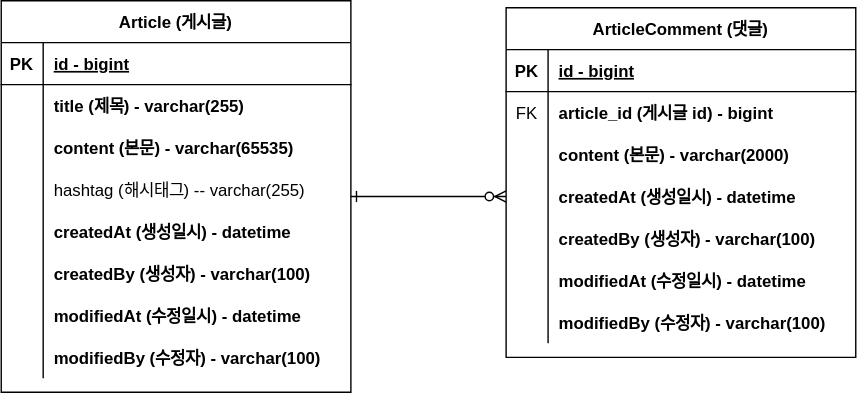
Above: document/project-board-erd.drawio.svg in mansooonuna/fastcampus-project1-board (draw.io), before the change. Source tidied: cells renumbered, new cells last; positions are measured from the earlier drawing's top-left corner, leaving out a move shared by most shapes.
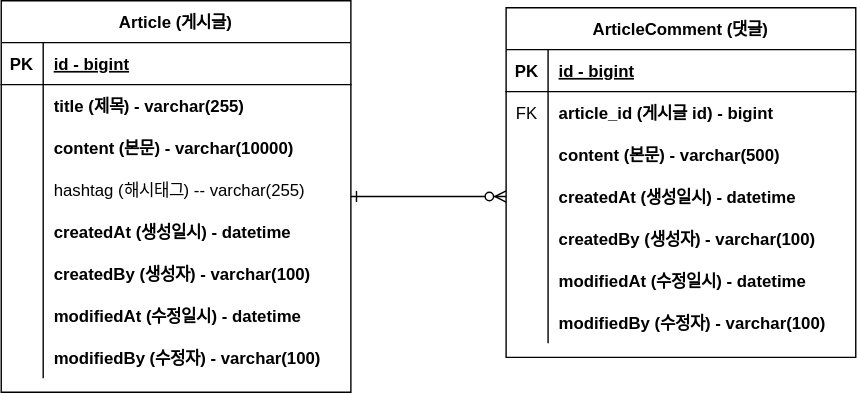
After the change.

Commit message:
#10 - erd 업데이트: content 사이즈 변경

Diff of the diagram source:
```diff
@@ -32,7 +32,7 @@
     <mxCell id="11" style="shape=partialRectangle;overflow=hidden;fillColor=none;top=0;left=0;bottom=0;right=0;" parent="10" vertex="1">
       <mxGeometry width="30" height="30" as="geometry" />
     </mxCell>
-    <mxCell id="12" value="content (본문) - varchar(65535)" style="shape=partialRectangle;overflow=hidden;fillColor=none;top=0;left=0;bottom=0;right=0;align=left;spacingLeft=6;fontStyle=1;" parent="10" vertex="1">
+    <mxCell id="12" value="content (본문) - varchar(10000)" style="shape=partialRectangle;overflow=hidden;fillColor=none;top=0;left=0;bottom=0;right=0;align=left;spacingLeft=6;fontStyle=1;" parent="10" vertex="1">
       <mxGeometry x="30" width="220" height="30" as="geometry" />
     </mxCell>
     <mxCell id="13" style="shape=partialRectangle;fillColor=none;top=0;left=0;right=0;bottom=0;" parent="3" vertex="1">
@@ -107,7 +107,7 @@
     <mxCell id="36" style="shape=partialRectangle;overflow=hidden;fillColor=none;top=0;left=0;bottom=0;right=0;" parent="35" vertex="1">
       <mxGeometry width="30" height="30" as="geometry" />
     </mxCell>
-    <mxCell id="37" value="content (본문) - varchar(2000)" style="shape=partialRectangle;overflow=hidden;fillColor=none;top=0;left=0;bottom=0;right=0;align=left;spacingLeft=6;fontStyle=1;" parent="35" vertex="1">
+    <mxCell id="37" value="content (본문) - varchar(500)" style="shape=partialRectangle;overflow=hidden;fillColor=none;top=0;left=0;bottom=0;right=0;align=left;spacingLeft=6;fontStyle=1;" parent="35" vertex="1">
       <mxGeometry x="30" width="220" height="30" as="geometry" />
     </mxCell>
     <mxCell id="38" style="shape=partialRectangle;fillColor=none;points=[[0,0.5],[1,0.5]];portConstraint=eastwest;top=0;left=0;right=0;bottom=0;" parent="28" vertex="1">
```
